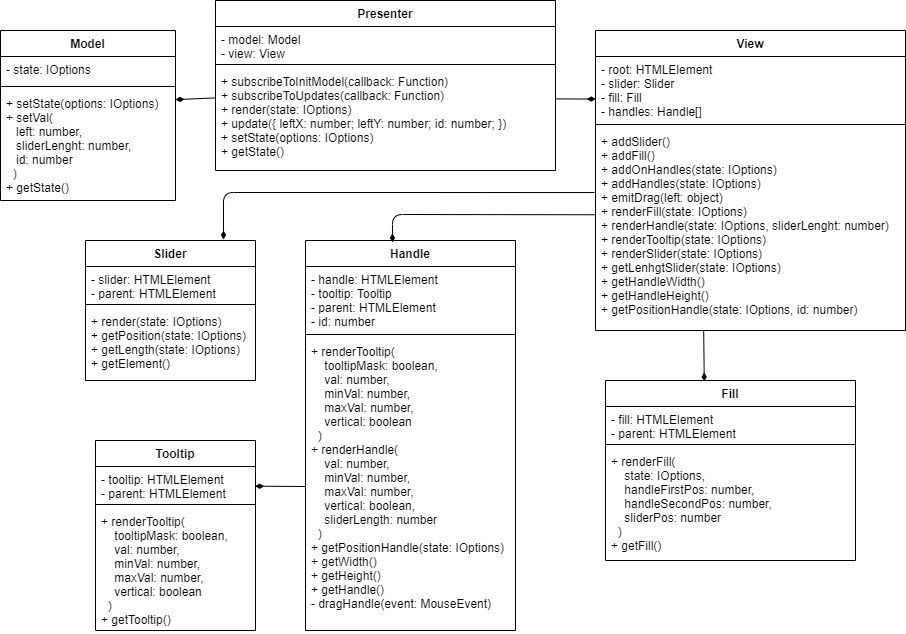
Earlier version of the draw.io export UML.png (AxeSnk/slider). Source tidied: cells renumbered, new cells last; positions are measured from the earlier drawing's top-left corner, leaving out a move shared by most shapes.
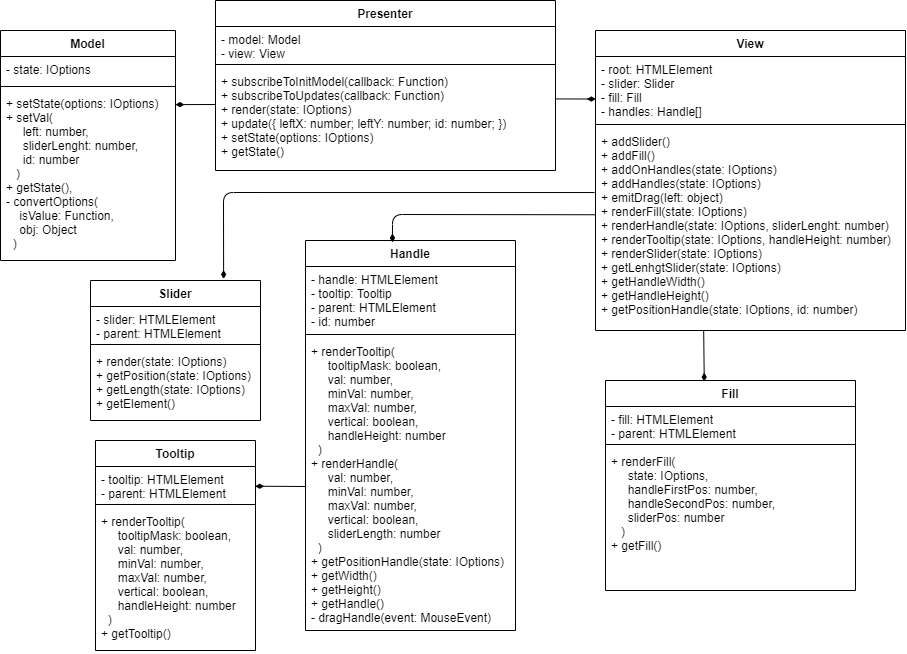
After the commit.

Diff of the diagram source:
```diff
@@ -15,7 +15,7 @@
       <mxGeometry y="68" width="340" height="102" as="geometry" />
     </mxCell>
     <mxCell id="6" value="Model" style="swimlane;fontStyle=1;align=center;verticalAlign=top;horizontal=1;startSize=26;" parent="1" vertex="1">
-      <mxGeometry y="30" width="175" height="170" as="geometry" />
+      <mxGeometry y="30" width="175" height="230" as="geometry" />
     </mxCell>
     <mxCell id="7" value="- state: IOptions" style="text;strokeColor=none;fillColor=none;align=left;verticalAlign=top;spacingLeft=4;spacingRight=4;overflow=hidden;" parent="6" vertex="1">
       <mxGeometry y="26" width="175" height="26" as="geometry" />
@@ -23,8 +23,8 @@
     <mxCell id="8" style="line;strokeWidth=1;fillColor=none;align=left;verticalAlign=middle;spacingTop=-1;spacingLeft=3;spacingRight=3;labelPosition=right;" parent="6" vertex="1">
       <mxGeometry y="52" width="175" height="8" as="geometry" />
     </mxCell>
-    <mxCell id="9" value="+ setState(options: IOptions)&#10;+ setVal(&#10;   left: number, &#10;   sliderLenght: number, &#10;   id: number&#10;  )&#10;+ getState()" style="text;strokeColor=none;fillColor=none;align=left;verticalAlign=top;spacingLeft=4;spacingRight=4;overflow=hidden;points=[[0,0.5],[1,0.5]];portConstraint=eastwest;" parent="6" vertex="1">
-      <mxGeometry y="60" width="175" height="110" as="geometry" />
+    <mxCell id="9" value="+ setState(options: IOptions)&#10;+ setVal(&#10;     left: number, &#10;     sliderLenght: number, &#10;     id: number&#10;   )&#10;+ getState(),&#10;- convertOptions(&#10;    isValue: Function,&#10;    obj: Object&#10;  )" style="text;strokeColor=none;fillColor=none;align=left;verticalAlign=top;spacingLeft=4;spacingRight=4;overflow=hidden;points=[[0,0.5],[1,0.5]];portConstraint=eastwest;" parent="6" vertex="1">
+      <mxGeometry y="60" width="175" height="170" as="geometry" />
     </mxCell>
     <mxCell id="10" value="View" style="swimlane;fontStyle=1;align=center;verticalAlign=top;horizontal=1;startSize=26;" parent="1" vertex="1">
       <mxGeometry x="595" y="30" width="310" height="300" as="geometry" />
@@ -35,21 +35,9 @@
     <mxCell id="12" style="line;strokeWidth=1;fillColor=none;align=left;verticalAlign=middle;spacingTop=-1;spacingLeft=3;spacingRight=3;labelPosition=right;" parent="10" vertex="1">
       <mxGeometry y="90" width="310" height="8" as="geometry" />
     </mxCell>
-    <mxCell id="13" value="+ addSlider()&#10;+ addFill()&#10;+ addOnHandles(state: IOptions)&#10;+ addHandles(state: IOptions)&#10;+ emitDrag(left: object)&#10;+ renderFill(state: IOptions)&#10;+ renderHandle(state: IOptions, sliderLenght: number)&#10;+ renderTooltip(state: IOptions)&#10;+ renderSlider(state: IOptions)&#10;+ getLenhgtSlider(state: IOptions)&#10;+ getHandleWidth()&#10;+ getHandleHeight()&#10;+ getPositionHandle(state: IOptions, id: number)" style="text;strokeColor=none;fillColor=none;align=left;verticalAlign=top;spacingLeft=4;spacingRight=4;overflow=hidden;points=[[0,0.5],[1,0.5]];portConstraint=eastwest;" parent="10" vertex="1">
+    <mxCell id="13" value="+ addSlider()&#10;+ addFill()&#10;+ addOnHandles(state: IOptions)&#10;+ addHandles(state: IOptions)&#10;+ emitDrag(left: object)&#10;+ renderFill(state: IOptions)&#10;+ renderHandle(state: IOptions, sliderLenght: number)&#10;+ renderTooltip(state: IOptions, handleHeight: number)&#10;+ renderSlider(state: IOptions)&#10;+ getLenhgtSlider(state: IOptions)&#10;+ getHandleWidth()&#10;+ getHandleHeight()&#10;+ getPositionHandle(state: IOptions, id: number)" style="text;strokeColor=none;fillColor=none;align=left;verticalAlign=top;spacingLeft=4;spacingRight=4;overflow=hidden;points=[[0,0.5],[1,0.5]];portConstraint=eastwest;" parent="10" vertex="1">
       <mxGeometry y="98" width="310" height="202" as="geometry" />
     </mxCell>
-    <mxCell id="14" value="Slider" style="swimlane;fontStyle=1;align=center;verticalAlign=top;horizontal=1;startSize=26;" parent="1" vertex="1">
-      <mxGeometry x="85" y="240" width="170" height="140" as="geometry" />
-    </mxCell>
-    <mxCell id="15" value="- slider: HTMLElement&#10;- parent: HTMLElement" style="text;strokeColor=none;fillColor=none;align=left;verticalAlign=top;spacingLeft=4;spacingRight=4;overflow=hidden;" parent="14" vertex="1">
-      <mxGeometry y="26" width="170" height="34" as="geometry" />
-    </mxCell>
-    <mxCell id="16" style="line;strokeWidth=1;fillColor=none;align=left;verticalAlign=middle;spacingTop=-1;spacingLeft=3;spacingRight=3;labelPosition=right;" parent="14" vertex="1">
-      <mxGeometry y="60" width="170" height="8" as="geometry" />
-    </mxCell>
-    <mxCell id="17" value="+ render(state: IOptions)&#10;+ getPosition(state: IOptions)&#10;+ getLength(state: IOptions)&#10;+ getElement()" style="text;strokeColor=none;fillColor=none;align=left;verticalAlign=top;spacingLeft=4;spacingRight=4;overflow=hidden;" parent="14" vertex="1">
-      <mxGeometry y="68" width="170" height="72" as="geometry" />
-    </mxCell>
     <mxCell id="18" value="Handle" style="swimlane;fontStyle=1;align=center;verticalAlign=top;horizontal=1;startSize=26;" parent="1" vertex="1">
       <mxGeometry x="305" y="240" width="210" height="390" as="geometry" />
     </mxCell>
@@ -59,11 +47,11 @@
     <mxCell id="20" style="line;strokeWidth=1;fillColor=none;align=left;verticalAlign=middle;spacingTop=-1;spacingLeft=3;spacingRight=3;labelPosition=right;" parent="18" vertex="1">
       <mxGeometry y="90" width="210" height="8" as="geometry" />
     </mxCell>
-    <mxCell id="21" value="+ renderTooltip(&#10;    tooltipMask: boolean,&#10;    val: number,&#10;    minVal: number,&#10;    maxVal: number,&#10;    vertical: boolean&#10;  )&#10;+ renderHandle(&#10;    val: number,&#10;    minVal: number,&#10;    maxVal: number,&#10;    vertical: boolean,&#10;    sliderLength: number&#10;  )&#10;+ getPositionHandle(state: IOptions)&#10;+ getWidth()&#10;+ getHeight()&#10;+ getHandle()&#10;- dragHandle(event: MouseEvent)" style="text;strokeColor=none;fillColor=none;align=left;verticalAlign=top;spacingLeft=4;spacingRight=4;overflow=hidden;" parent="18" vertex="1">
+    <mxCell id="21" value="+ renderTooltip(&#10;     tooltipMask: boolean,&#10;     val: number,&#10;     minVal: number,&#10;     maxVal: number,&#10;     vertical: boolean,&#10;     handleHeight: number&#10;  )&#10;+ renderHandle(&#10;     val: number,&#10;     minVal: number,&#10;     maxVal: number,&#10;     vertical: boolean,&#10;     sliderLength: number&#10;  )&#10;+ getPositionHandle(state: IOptions)&#10;+ getWidth()&#10;+ getHeight()&#10;+ getHandle()&#10;- dragHandle(event: MouseEvent)" style="text;strokeColor=none;fillColor=none;align=left;verticalAlign=top;spacingLeft=4;spacingRight=4;overflow=hidden;" parent="18" vertex="1">
       <mxGeometry y="98" width="210" height="292" as="geometry" />
     </mxCell>
     <mxCell id="22" value="Fill" style="swimlane;fontStyle=1;align=center;verticalAlign=top;horizontal=1;startSize=26;" parent="1" vertex="1">
-      <mxGeometry x="605" y="380" width="250" height="180" as="geometry" />
+      <mxGeometry x="605" y="380" width="250" height="210" as="geometry" />
     </mxCell>
     <mxCell id="23" value="- fill: HTMLElement&#10;- parent: HTMLElement&#10;" style="text;strokeColor=none;fillColor=none;align=left;verticalAlign=top;spacingLeft=4;spacingRight=4;overflow=hidden;" parent="22" vertex="1">
       <mxGeometry y="26" width="250" height="34" as="geometry" />
@@ -71,11 +59,11 @@
     <mxCell id="24" style="line;strokeWidth=1;fillColor=none;align=left;verticalAlign=middle;spacingTop=-1;spacingLeft=3;spacingRight=3;labelPosition=right;" parent="22" vertex="1">
       <mxGeometry y="60" width="250" height="8" as="geometry" />
     </mxCell>
-    <mxCell id="25" value="+ renderFill(&#10;    state: IOptions,&#10;    handleFirstPos: number,&#10;    handleSecondPos: number,&#10;    sliderPos: number&#10;  )&#10;+ getFill()" style="text;strokeColor=none;fillColor=none;align=left;verticalAlign=top;spacingLeft=4;spacingRight=4;overflow=hidden;" parent="22" vertex="1">
-      <mxGeometry y="68" width="250" height="112" as="geometry" />
+    <mxCell id="25" value="+ renderFill(&#10;     state: IOptions,&#10;     handleFirstPos: number,&#10;     handleSecondPos: number,&#10;     sliderPos: number&#10;   )&#10;+ getFill()" style="text;strokeColor=none;fillColor=none;align=left;verticalAlign=top;spacingLeft=4;spacingRight=4;overflow=hidden;fontStyle=0;" parent="22" vertex="1">
+      <mxGeometry y="68" width="250" height="142" as="geometry" />
     </mxCell>
     <mxCell id="26" value="Tooltip" style="swimlane;fontStyle=1;align=center;verticalAlign=top;horizontal=1;startSize=26;" parent="1" vertex="1">
-      <mxGeometry x="95" y="440" width="160" height="190" as="geometry" />
+      <mxGeometry x="95" y="440" width="160" height="210" as="geometry" />
     </mxCell>
     <mxCell id="27" value="- tooltip: HTMLElement&#10;- parent: HTMLElement" style="text;strokeColor=none;fillColor=none;align=left;verticalAlign=top;spacingLeft=4;spacingRight=4;overflow=hidden;points=[[0,0.5],[1,0.5]];portConstraint=eastwest;" parent="26" vertex="1">
       <mxGeometry y="26" width="160" height="34" as="geometry" />
@@ -83,18 +71,19 @@
     <mxCell id="28" style="line;strokeWidth=1;fillColor=none;align=left;verticalAlign=middle;spacingTop=-1;spacingLeft=3;spacingRight=3;labelPosition=right;" parent="26" vertex="1">
       <mxGeometry y="60" width="160" height="8" as="geometry" />
     </mxCell>
-    <mxCell id="29" value="+ renderTooltip(&#10;    tooltipMask: boolean,&#10;    val: number,&#10;    minVal: number,&#10;    maxVal: number,&#10;    vertical: boolean&#10;  )&#10;+ getTooltip()" style="text;strokeColor=none;fillColor=none;align=left;verticalAlign=top;spacingLeft=4;spacingRight=4;overflow=hidden;" parent="26" vertex="1">
-      <mxGeometry y="68" width="160" height="122" as="geometry" />
+    <mxCell id="29" value="+ renderTooltip(&#10;     tooltipMask: boolean,&#10;     val: number,&#10;     minVal: number,&#10;     maxVal: number,&#10;     vertical: boolean,&#10;     handleHeight: number&#10;  )&#10;+ getTooltip()" style="text;strokeColor=none;fillColor=none;align=left;verticalAlign=top;spacingLeft=4;spacingRight=4;overflow=hidden;" parent="26" vertex="1">
+      <mxGeometry y="68" width="160" height="142" as="geometry" />
     </mxCell>
-    <mxCell id="30" style="endArrow=diamondThin;html=1;strokeWidth=1;entryX=1;entryY=0.083;entryDx=0;entryDy=0;entryPerimeter=0;endFill=1;jumpSize=6;exitX=0.001;exitY=0.288;exitDx=0;exitDy=0;exitPerimeter=0;" parent="1" edge="1" source="5" target="9">
-      <mxGeometry relative="1" as="geometry" />
+    <mxCell id="30" style="endArrow=diamondThin;html=1;strokeWidth=1;entryX=1;entryY=0.083;entryDx=0;entryDy=0;entryPerimeter=0;endFill=1;jumpSize=6;" parent="1" edge="1" target="9">
+      <mxGeometry relative="1" as="geometry">
+        <mxPoint x="215" y="104" as="sourcePoint" />
+      </mxGeometry>
     </mxCell>
     <mxCell id="31" style="endArrow=diamondThin;html=1;strokeWidth=1;exitX=1;exitY=0.298;exitDx=0;exitDy=0;exitPerimeter=0;endFill=1;entryX=0.001;entryY=0.665;entryDx=0;entryDy=0;entryPerimeter=0;" parent="1" edge="1" source="5" target="11">
       <mxGeometry relative="1" as="geometry" />
     </mxCell>
-    <mxCell id="32" style="endArrow=diamondThin;html=1;strokeWidth=1;exitX=-0.003;exitY=0.317;exitDx=0;exitDy=0;exitPerimeter=0;endFill=1;" parent="1" edge="1" source="13">
+    <mxCell id="32" style="endArrow=diamondThin;html=1;strokeWidth=1;exitX=-0.003;exitY=0.317;exitDx=0;exitDy=0;exitPerimeter=0;endFill=1;entryX=0.783;entryY=-0.011;entryDx=0;entryDy=0;entryPerimeter=0;" parent="1" edge="1" source="13" target="14">
       <mxGeometry relative="1" as="geometry">
-        <mxPoint x="223" y="239" as="targetPoint" />
         <Array as="points">
           <mxPoint x="223" y="192" />
         </Array>
@@ -115,5 +104,17 @@
         <mxPoint x="305" y="486" as="sourcePoint" />
       </mxGeometry>
     </mxCell>
+    <mxCell id="14" value="Slider" style="swimlane;fontStyle=1;align=center;verticalAlign=top;horizontal=1;startSize=26;" parent="1" vertex="1">
+      <mxGeometry x="90" y="280" width="170" height="140" as="geometry" />
+    </mxCell>
+    <mxCell id="15" value="- slider: HTMLElement&#10;- parent: HTMLElement" style="text;strokeColor=none;fillColor=none;align=left;verticalAlign=top;spacingLeft=4;spacingRight=4;overflow=hidden;" parent="14" vertex="1">
+      <mxGeometry y="26" width="170" height="34" as="geometry" />
+    </mxCell>
+    <mxCell id="16" style="line;strokeWidth=1;fillColor=none;align=left;verticalAlign=middle;spacingTop=-1;spacingLeft=3;spacingRight=3;labelPosition=right;" parent="14" vertex="1">
+      <mxGeometry y="60" width="170" height="8" as="geometry" />
+    </mxCell>
+    <mxCell id="17" value="+ render(state: IOptions)&#10;+ getPosition(state: IOptions)&#10;+ getLength(state: IOptions)&#10;+ getElement()" style="text;strokeColor=none;fillColor=none;align=left;verticalAlign=top;spacingLeft=4;spacingRight=4;overflow=hidden;" parent="14" vertex="1">
+      <mxGeometry y="68" width="170" height="72" as="geometry" />
+    </mxCell>
   </root>
 </mxGraphModel>
```
